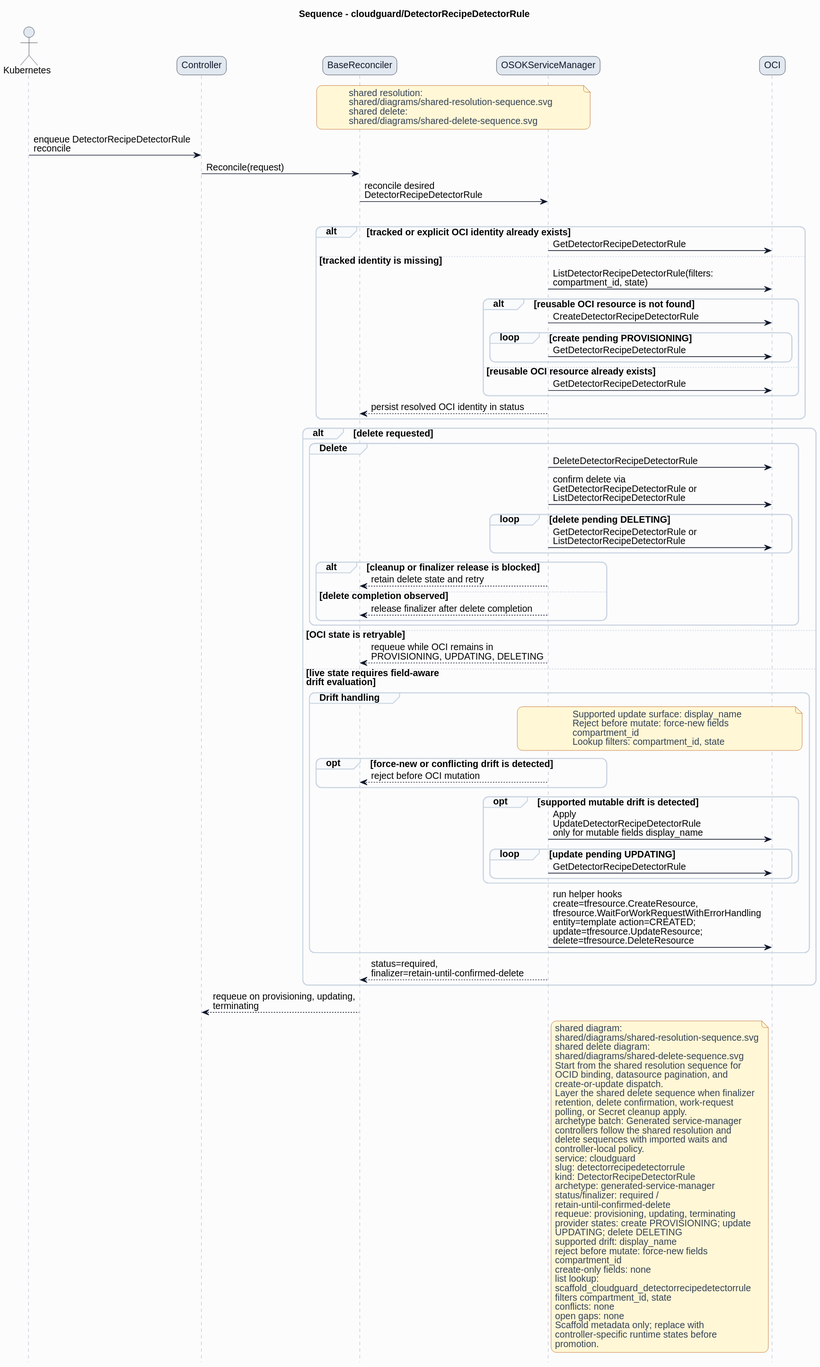
This is formal/controllers/cloudguard/detectorrecipedetectorrule/diagrams/sequence.svg from HaoyL666/oci-service-operator, a PlantUML export, as it was before one commit.
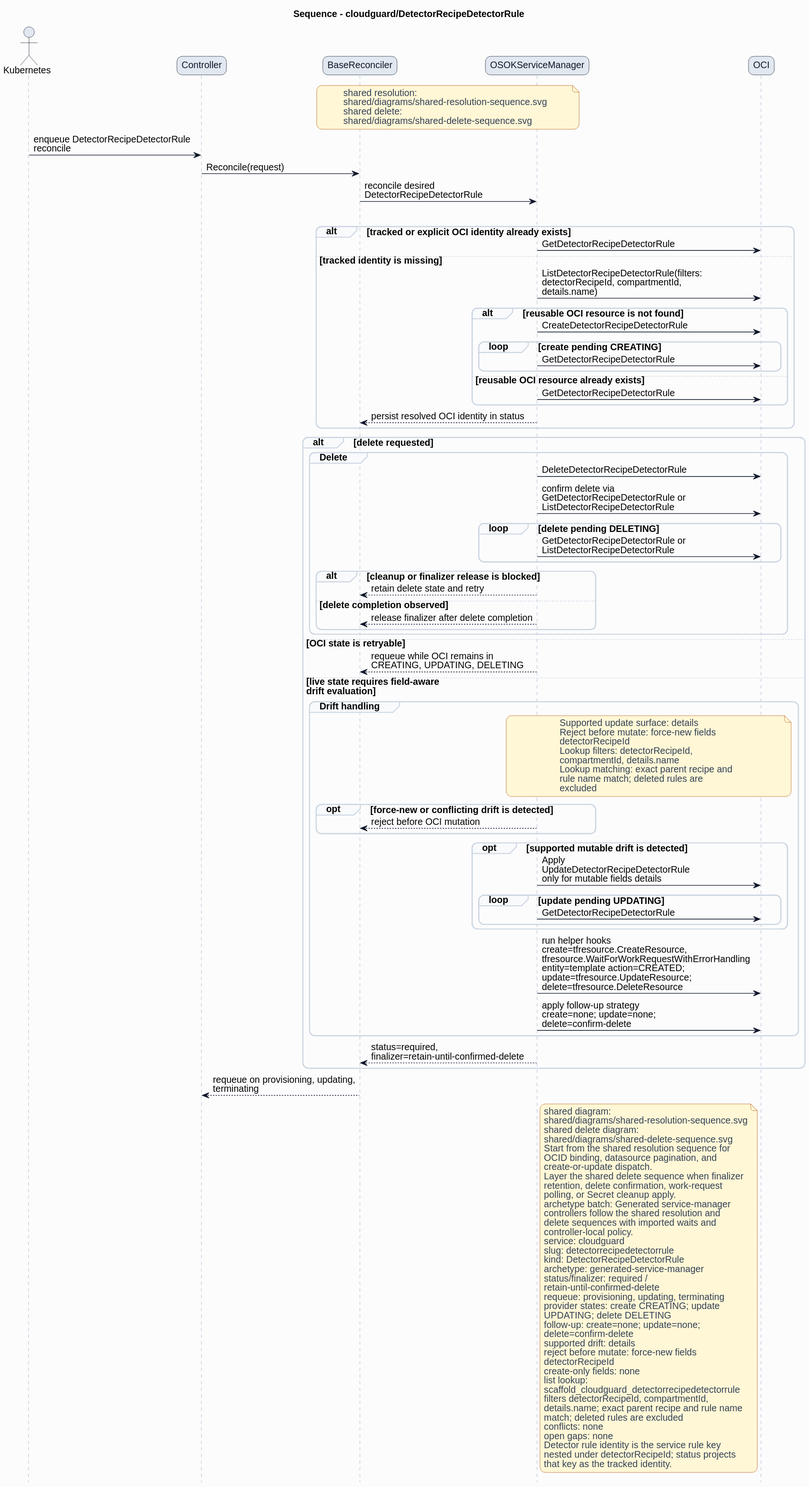
After the commit.

Change to the diagram source:
```diff
@@ -38,10 +38,10 @@
 alt tracked or explicit OCI identity already exists
 ServiceManager -> OCI: GetDetectorRecipeDetectorRule
 else tracked identity is missing
-ServiceManager -> OCI: ListDetectorRecipeDetectorRule(filters:\ncompartment_id, state)
+ServiceManager -> OCI: ListDetectorRecipeDetectorRule(filters:\ndetectorRecipeId, compartmentId,\ndetails.name)
 alt reusable OCI resource is not found
 ServiceManager -> OCI: CreateDetectorRecipeDetectorRule
-loop create pending PROVISIONING
+loop create pending CREATING
 ServiceManager -> OCI: GetDetectorRecipeDetectorRule
 end
 else reusable OCI resource already exists
@@ -63,25 +63,30 @@
 end
 end
 else OCI state is retryable
-ServiceManager --> BaseReconciler: requeue while OCI remains in\nPROVISIONING, UPDATING, DELETING
+ServiceManager --> BaseReconciler: requeue while OCI remains in\nCREATING, UPDATING, DELETING
 else live state requires field-aware\ndrift evaluation
 group Drift handling
 note over ServiceManager,OCI
-Supported update surface: display_name
+Supported update surface: details
 Reject before mutate: force-new fields
-compartment_id
-Lookup filters: compartment_id, state
+detectorRecipeId
+Lookup filters: detectorRecipeId,
+compartmentId, details.name
+Lookup matching: exact parent recipe and
+rule name match; deleted rules are
+excluded
 end note
 opt force-new or conflicting drift is detected
 ServiceManager --> BaseReconciler: reject before OCI mutation
 end
 opt supported mutable drift is detected
-ServiceManager -> OCI: Apply\nUpdateDetectorRecipeDetectorRule\nonly for mutable fields display_name
+ServiceManager -> OCI: Apply\nUpdateDetectorRecipeDetectorRule\nonly for mutable fields details
 loop update pending UPDATING
 ServiceManager -> OCI: GetDetectorRecipeDetectorRule
 end
 end
 ServiceManager -> OCI: run helper hooks\ncreate=tfresource.CreateResource,\ntfresource.WaitForWorkRequestWithErrorHandling\nentity=template action=CREATED;\nupdate=tfresource.UpdateResource;\ndelete=tfresource.DeleteResource
+ServiceManager -> OCI: apply follow-up strategy\ncreate=none; update=none;\ndelete=confirm-delete
 end
 ServiceManager --> BaseReconciler: status=required,\nfinalizer=retain-until-confirmed-delete
 end
@@ -108,19 +113,23 @@
 status/finalizer: required /
 retain-until-confirmed-delete
 requeue: provisioning, updating, terminating
-provider states: create PROVISIONING; update
+provider states: create CREATING; update
 UPDATING; delete DELETING
-supported drift: display_name
+follow-up: create=none; update=none;
+delete=confirm-delete
+supported drift: details
 reject before mutate: force-new fields
-compartment_id
+detectorRecipeId
 create-only fields: none
 list lookup:
 scaffold_cloudguard_detectorrecipedetectorrule
-filters compartment_id, state
+filters detectorRecipeId, compartmentId,
+details.name; exact parent recipe and rule name
+match; deleted rules are excluded
 conflicts: none
 open gaps: none
-Scaffold metadata only; replace with
-controller-specific runtime states before
-promotion.
+Detector rule identity is the service rule key
+nested under detectorRecipeId; status projects
+that key as the tracked identity.
 end note
 @enduml
```
